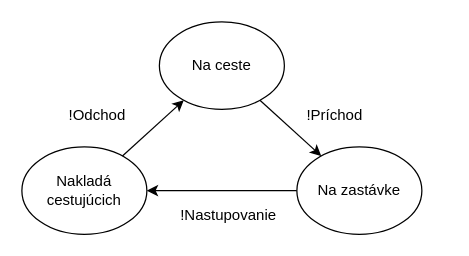
Before: docs/assets/DEVS-vozidlo-sk.drawio in LukasKatona/bakalarka, a draw.io diagram. Source tidied: cells renumbered, new cells numbered last; positions are measured from the earlier drawing's top-left corner, leaving out a move shared by most shapes. Both pictures are drawn from the tidied source at 125%, with x=0, y=0 at pixel (21, 21).
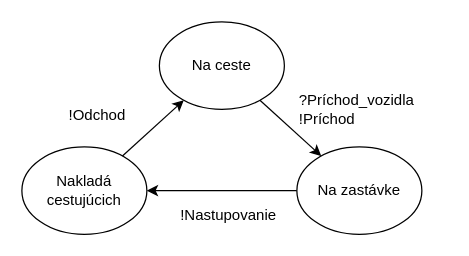
Above is the later version.

Commit message (it also covers changes not shown here):
docs: finished DEVS

Diff of the diagram source:
```diff
@@
 <mxGraphModel>
   <root>
     <mxCell id="0" />
     <mxCell id="1" parent="0" />
     <mxCell id="2" style="rounded=0;jettySize=auto;html=1;" parent="1" edge="1" source="3" target="6">
       <mxGeometry relative="1" as="geometry" />
     </mxCell>
     <mxCell id="3" value="Na zastávke" style="ellipse;whiteSpace=wrap;html=1;" parent="1" vertex="1">
       <mxGeometry x="220" y="100" width="100" height="70" as="geometry" />
     </mxCell>
     <mxCell id="4" style="rounded=0;jettySize=auto;html=1;" parent="1" edge="1" source="5" target="3">
       <mxGeometry relative="1" as="geometry" />
     </mxCell>
     <mxCell id="5" value="Na ceste" style="ellipse;whiteSpace=wrap;html=1;" parent="1" vertex="1">
       <mxGeometry x="110" width="100" height="70" as="geometry" />
     </mxCell>
     <mxCell id="6" value="Nakladá&lt;div&gt;cestujúcich&lt;/div&gt;" style="ellipse;whiteSpace=wrap;html=1;" parent="1" vertex="1">
       <mxGeometry y="100" width="100" height="70" as="geometry" />
     </mxCell>
-    <mxCell id="7" value="!Príchod" style="text;html=1;align=center;verticalAlign=middle;strokeColor=none;fillColor=none;" parent="1" vertex="1">
-      <mxGeometry x="215" y="60" width="70" height="30" as="geometry" />
+    <mxCell id="7" value="&lt;div&gt;?Príchod_vozidla&lt;/div&gt;!Príchod" style="text;html=1;align=left;verticalAlign=middle;strokeColor=none;fillColor=none;" parent="1" vertex="1">
+      <mxGeometry x="220" y="50" width="120" height="40" as="geometry" />
     </mxCell>
     <mxCell id="8" style="endArrow=classic;html=1;rounded=0;endFill=1;" parent="1" edge="1" source="6" target="5">
       <mxGeometry relative="1" as="geometry" />
     </mxCell>
     <mxCell id="9" value="!Odchod" style="text;html=1;align=center;verticalAlign=middle;strokeColor=none;fillColor=none;" parent="1" vertex="1">
       <mxGeometry x="25" y="60" width="70" height="30" as="geometry" />
     </mxCell>
     <mxCell id="10" value="!Nastupovanie" style="text;html=1;align=center;verticalAlign=middle;strokeColor=none;fillColor=none;" parent="1" vertex="1">
       <mxGeometry x="115" y="140" width="100" height="30" as="geometry" />
     </mxCell>
   </root>
 </mxGraphModel>
```
